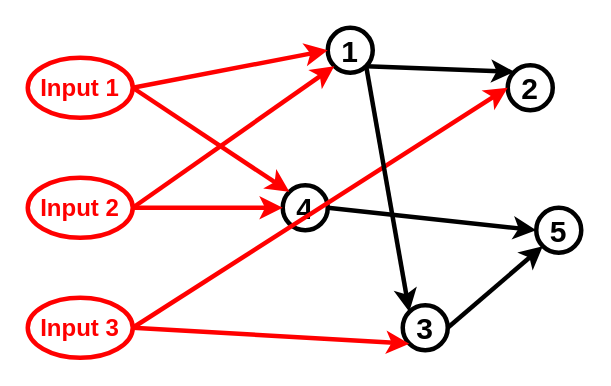
This is Untitled Diagram.drawio from sara1024/-CCF201412-2-Z-, a draw.io file, before an edit. Source tidied: cells renumbered, new cells numbered last; positions are measured from the earlier drawing's top-left corner, leaving out a move shared by most shapes. Both pictures are drawn from the tidied source at 150%, with x=0, y=0 at pixel (27, 27).
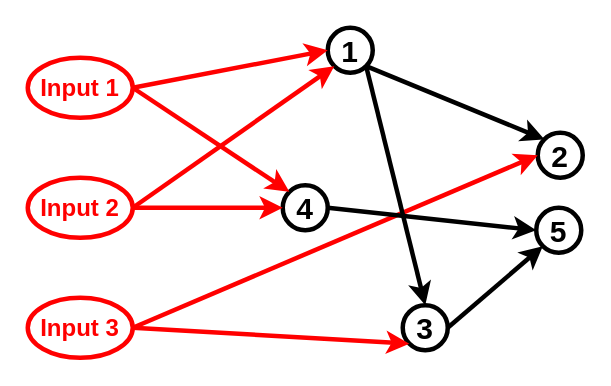
Above is the later version.

Change to the diagram source:
```diff
@@
 <mxGraphModel>
   <root>
     <mxCell id="0" />
     <mxCell id="1" parent="0" />
     <mxCell id="2" value="Input 1" style="ellipse;whiteSpace=wrap;html=1;fillColor=none;strokeColor=#FF0000;fontStyle=1;fontSize=16;fontColor=#FF0000;strokeWidth=3;" parent="1" vertex="1">
       <mxGeometry y="20" width="70" height="40" as="geometry" />
     </mxCell>
     <mxCell id="3" value="Input 2" style="ellipse;whiteSpace=wrap;html=1;strokeColor=#FF0000;strokeWidth=3;fillColor=none;fontSize=16;fontColor=#FF0000;fontStyle=1;" parent="1" vertex="1">
       <mxGeometry y="100" width="70" height="40" as="geometry" />
     </mxCell>
     <mxCell id="4" value="Input 3" style="ellipse;whiteSpace=wrap;html=1;strokeColor=#FF0000;strokeWidth=3;fillColor=none;fontSize=16;fontColor=#FF0000;fontStyle=1;" parent="1" vertex="1">
       <mxGeometry y="180" width="70" height="40" as="geometry" />
     </mxCell>
     <mxCell id="5" value="1" style="ellipse;whiteSpace=wrap;html=1;strokeWidth=3;fillColor=none;fontSize=20;fontStyle=1;" parent="1" vertex="1">
       <mxGeometry x="200" width="30" height="30" as="geometry" />
     </mxCell>
     <mxCell id="6" style="endArrow=classic;html=1;fontSize=20;fontColor=#FF0000;strokeColor=#FF0000;exitX=1;exitY=0.5;exitDx=0;exitDy=0;entryX=0;entryY=0.5;entryDx=0;entryDy=0;strokeWidth=3;" parent="1" edge="1" source="2" target="5">
       <mxGeometry relative="1" as="geometry" />
     </mxCell>
     <mxCell id="7" style="endArrow=classic;html=1;strokeColor=#FF0000;strokeWidth=3;fontSize=20;fontColor=#FF0000;exitX=1;exitY=0.5;exitDx=0;exitDy=0;entryX=0;entryY=1;entryDx=0;entryDy=0;" parent="1" edge="1" source="3" target="5">
       <mxGeometry relative="1" as="geometry" />
     </mxCell>
     <mxCell id="8" value="4" style="ellipse;whiteSpace=wrap;html=1;strokeColor=#000000;strokeWidth=3;fillColor=none;fontSize=20;fontStyle=1;" parent="1" vertex="1">
       <mxGeometry x="170" y="105" width="30" height="30" as="geometry" />
     </mxCell>
     <mxCell id="9" style="endArrow=classic;html=1;strokeColor=#FF0000;strokeWidth=3;fontSize=20;fontColor=#000000;exitX=1;exitY=0.5;exitDx=0;exitDy=0;entryX=0;entryY=0;entryDx=0;entryDy=0;" parent="1" edge="1" source="2" target="8">
       <mxGeometry relative="1" as="geometry" />
     </mxCell>
     <mxCell id="10" style="endArrow=classic;html=1;strokeColor=#FF0000;strokeWidth=3;fontSize=20;fontColor=#000000;exitX=1;exitY=0.5;exitDx=0;exitDy=0;entryX=0;entryY=0.5;entryDx=0;entryDy=0;" parent="1" edge="1" source="3" target="8">
       <mxGeometry relative="1" as="geometry" />
     </mxCell>
     <mxCell id="11" value="3" style="ellipse;whiteSpace=wrap;html=1;strokeColor=#000000;strokeWidth=3;fillColor=none;fontSize=20;fontColor=#000000;fontStyle=1;" parent="1" vertex="1">
       <mxGeometry x="250" y="185" width="30" height="30" as="geometry" />
     </mxCell>
     <mxCell id="12" style="endArrow=classic;html=1;strokeColor=#FF0000;strokeWidth=3;fontSize=20;fontColor=#000000;exitX=1;exitY=0.5;exitDx=0;exitDy=0;entryX=0;entryY=1;entryDx=0;entryDy=0;" parent="1" edge="1" source="4" target="11">
       <mxGeometry relative="1" as="geometry" />
     </mxCell>
     <mxCell id="13" value="2" style="ellipse;whiteSpace=wrap;html=1;strokeColor=#000000;strokeWidth=3;fillColor=none;fontSize=20;fontColor=#000000;fontStyle=1;" parent="1" vertex="1">
-      <mxGeometry x="320" y="25" width="30" height="30" as="geometry" />
+      <mxGeometry x="340" y="70" width="30" height="30" as="geometry" />
     </mxCell>
     <mxCell id="14" style="endArrow=classic;html=1;strokeColor=#FF0000;strokeWidth=3;fontSize=20;fontColor=#000000;entryX=0;entryY=0.5;entryDx=0;entryDy=0;exitX=1;exitY=0.5;exitDx=0;exitDy=0;" parent="1" edge="1" source="4" target="13">
       <mxGeometry relative="1" as="geometry" />
     </mxCell>
     <mxCell id="15" style="endArrow=classic;html=1;strokeWidth=3;fontSize=20;fontColor=#000000;exitX=1;exitY=1;exitDx=0;exitDy=0;entryX=0;entryY=0;entryDx=0;entryDy=0;" parent="1" edge="1" source="5" target="13">
       <mxGeometry relative="1" as="geometry" />
     </mxCell>
-    <mxCell id="16" style="endArrow=classic;html=1;strokeColor=#000000;strokeWidth=3;fontSize=20;fontColor=#000000;exitX=1;exitY=1;exitDx=0;exitDy=0;entryX=0;entryY=0;entryDx=0;entryDy=0;" parent="1" edge="1" source="5" target="11">
+    <mxCell id="16" style="endArrow=classic;html=1;strokeColor=#000000;strokeWidth=3;fontSize=20;fontColor=#000000;exitX=1;exitY=1;exitDx=0;exitDy=0;entryX=0.5;entryY=0;entryDx=0;entryDy=0;" parent="1" edge="1" source="5" target="11">
       <mxGeometry relative="1" as="geometry" />
     </mxCell>
     <mxCell id="17" value="5" style="ellipse;whiteSpace=wrap;html=1;strokeColor=#000000;strokeWidth=3;fillColor=none;fontSize=20;fontColor=#000000;fontStyle=1;" parent="1" vertex="1">
       <mxGeometry x="339" y="120" width="30" height="30" as="geometry" />
     </mxCell>
     <mxCell id="18" style="endArrow=classic;html=1;strokeColor=#000000;strokeWidth=3;fontSize=20;fontColor=#000000;exitX=1;exitY=0.5;exitDx=0;exitDy=0;entryX=0;entryY=1;entryDx=0;entryDy=0;" parent="1" edge="1" source="11" target="17">
       <mxGeometry relative="1" as="geometry" />
     </mxCell>
     <mxCell id="19" style="endArrow=classic;html=1;strokeColor=#000000;strokeWidth=3;fontSize=20;fontColor=#000000;exitX=1;exitY=0.5;exitDx=0;exitDy=0;entryX=0;entryY=0.5;entryDx=0;entryDy=0;" parent="1" edge="1" source="8" target="17">
       <mxGeometry relative="1" as="geometry" />
     </mxCell>
   </root>
 </mxGraphModel>
```
